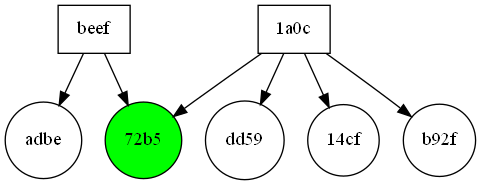
Before: doctest-output/visitor.gv.png, a diagram exported from Graphviz (ziyadalrasbi/F20SC-CW2). Its source is kept beside it as doctest-output/visitor.gv.
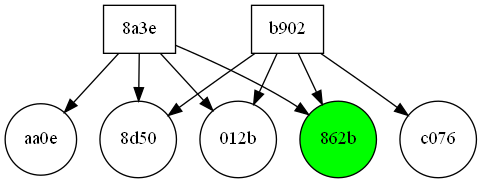
The same file after the commit.

What changed in the source:
```diff
@@ -1,22 +1,26 @@
 digraph visitor {
 	graph [rank=min]
 	node [shape=rectangle]
-	"00000000deadbeef" [label=beef fillcolor=white shape=rectangle style=filled]
-	"00000000deadbeef" -> "aaaaaaaaaaaa-00000000df1ad06a86c40000000feadbe"
-	"00000000deadbeef" -> "100806162735-00000000115598650cb8b514246272b5"
-	"4108dc09bfe11a0c" [label="1a0c" fillcolor=white shape=rectangle style=filled]
-	"4108dc09bfe11a0c" -> "100405170355-00000000ee4bfd24d2ff703b9147dd59"
-	"4108dc09bfe11a0c" -> "101122221951-00000000a695c340822e61891c8f14cf"
-	"4108dc09bfe11a0c" -> "100806172045-0000000081705fbea3553bd0d745b92f"
-	"4108dc09bfe11a0c" -> "100806162735-00000000115598650cb8b514246272b5"
+	"3c01241d5c3a8a3e" [label="8a3e" fillcolor=white shape=rectangle style=filled]
+	"3c01241d5c3a8a3e" -> "140310165657-0000000068d21bb99dec3ad6ee60aa0e"
+	"3c01241d5c3a8a3e" -> "140310171202-000000002e5a8ff1f577548fec708d50"
+	"3c01241d5c3a8a3e" -> "140310171030-000000008b8d98e95ac0797e7fdb012b"
+	"3c01241d5c3a8a3e" -> "140310170010-0000000067dc80801f1df696ae52862b"
+	"4065369dbee2b902" [label=b902 fillcolor=white shape=rectangle style=filled]
+	"4065369dbee2b902" -> "140310171030-000000008b8d98e95ac0797e7fdb012b"
+	"4065369dbee2b902" -> "140310171114-00000000950ae9deb4faca996b0ec076"
+	"4065369dbee2b902" -> "140310171202-000000002e5a8ff1f577548fec708d50"
+	"4065369dbee2b902" -> "140310170010-0000000067dc80801f1df696ae52862b"
 	subgraph document {
 		graph [rank=max]
 		node [shape=circle]
-		"100405170355-00000000ee4bfd24d2ff703b9147dd59" [label=dd59 fillcolor=white shape=circle]
-		"100806162735-00000000115598650cb8b514246272b5" [label="72b5" fillcolor=green shape=circle style=filled]
-		"100806162735-00000000115598650cb8b514246272b5" [label="72b5" fillcolor=green shape=circle style=filled]
-		"100806172045-0000000081705fbea3553bd0d745b92f" [label=b92f fillcolor=white shape=circle]
-		"101122221951-00000000a695c340822e61891c8f14cf" [label="14cf" fillcolor=white shape=circle]
-		"aaaaaaaaaaaa-00000000df1ad06a86c40000000feadbe" [label=adbe fillcolor=white shape=circle]
+		"140310165657-0000000068d21bb99dec3ad6ee60aa0e" [label=aa0e fillcolor=white shape=circle]
+		"140310170010-0000000067dc80801f1df696ae52862b" [label="862b" fillcolor=green shape=circle style=filled]
+		"140310170010-0000000067dc80801f1df696ae52862b" [label="862b" fillcolor=green shape=circle style=filled]
+		"140310171030-000000008b8d98e95ac0797e7fdb012b" [label="012b" fillcolor=white shape=circle]
+		"140310171030-000000008b8d98e95ac0797e7fdb012b" [label="012b" fillcolor=white shape=circle]
+		"140310171114-00000000950ae9deb4faca996b0ec076" [label=c076 fillcolor=white shape=circle]
+		"140310171202-000000002e5a8ff1f577548fec708d50" [label="8d50" fillcolor=white shape=circle]
+		"140310171202-000000002e5a8ff1f577548fec708d50" [label="8d50" fillcolor=white shape=circle]
 	}
 }
```
